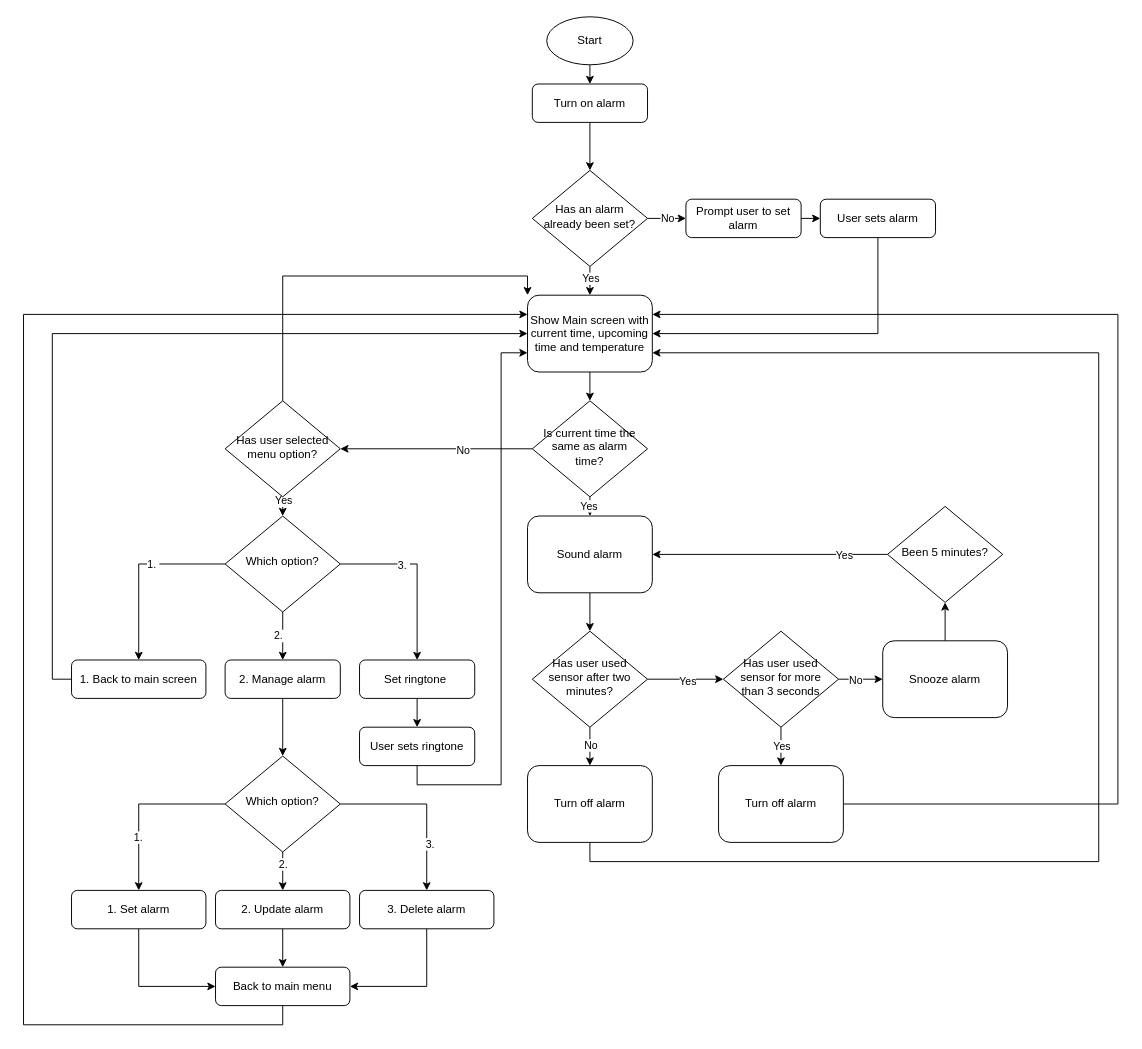
The draw.io diagram page "Flow-Chart" (1 of 2) of Alarm-Flow-Chart.drawio in Squing0/Calculator, before the edit. Source tidied: cells renumbered, new cells numbered last; positions are measured from the earlier drawing's top-left corner, leaving out a move shared by most shapes. Both pictures are drawn from the tidied source at 96%, with x=0, y=0 at pixel (23, 16).
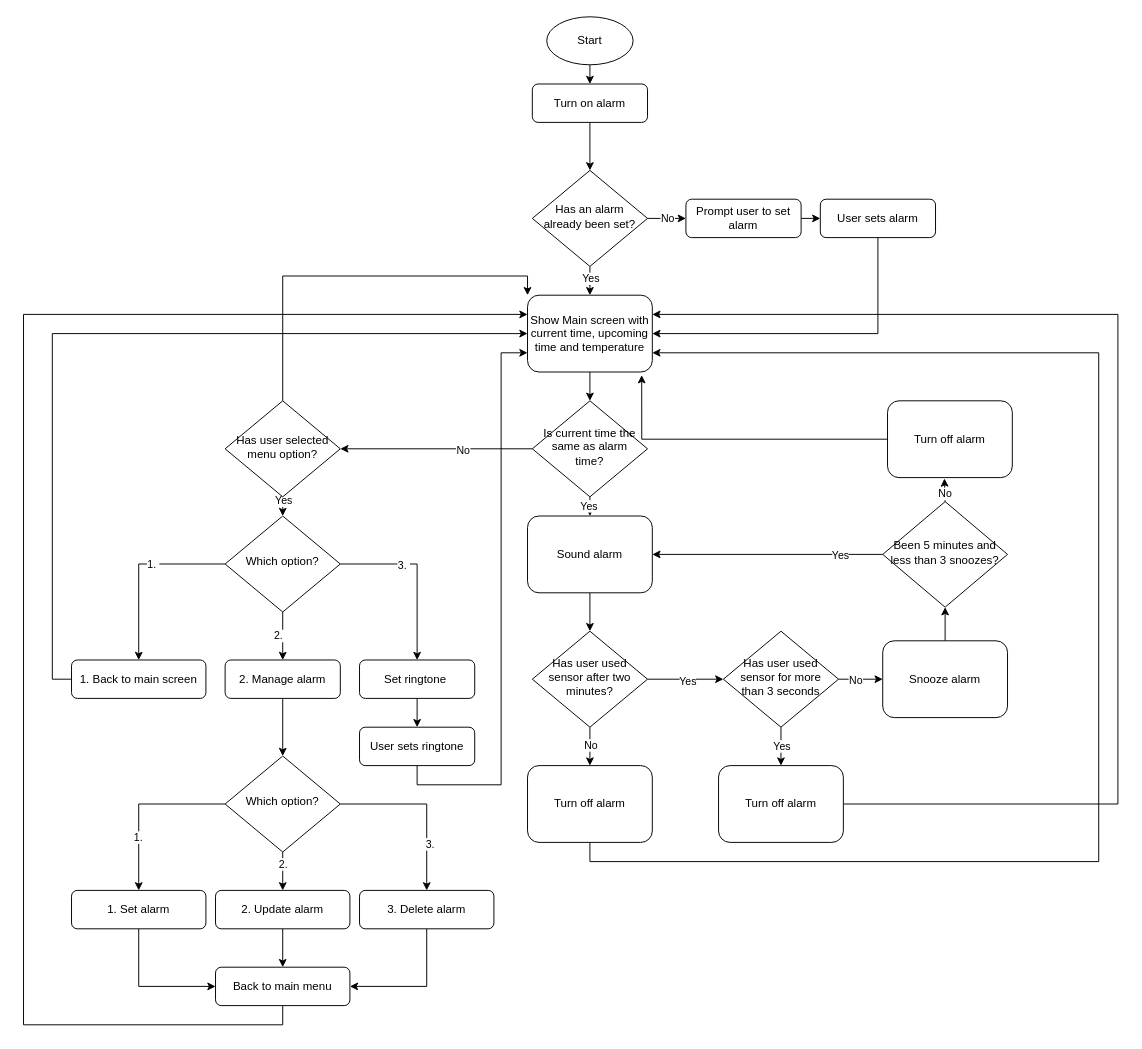
The same page after the edit.

Unchanged cells that the change refers to:
```xml
<mxCell id="16" value="Show Main screen with current time, upcoming time and temperature" style="rounded=1;whiteSpace=wrap;html=1;fontSize=12;glass=0;strokeWidth=1;shadow=0;" parent="1" vertex="1">
  <mxGeometry x="525" y="290" width="130" height="80" as="geometry" />
</mxCell>
```

The edit, as a diff of the source:
```diff
@@
-    <mxCell id="61" value="Been 5 minutes?" style="rhombus;whiteSpace=wrap;html=1;shadow=0;fontFamily=Helvetica;fontSize=12;align=center;strokeWidth=1;spacing=6;spacingTop=-4;" parent="1" vertex="1">
-      <mxGeometry x="900" y="510" width="120" height="100" as="geometry" />
+    <mxCell id="61" value="Been 5 minutes and less than 3 snoozes?" style="rhombus;whiteSpace=wrap;html=1;shadow=0;fontFamily=Helvetica;fontSize=12;align=center;strokeWidth=1;spacing=6;spacingTop=-4;" parent="1" vertex="1">
+      <mxGeometry x="895" y="505" width="130" height="110" as="geometry" />
     </mxCell>
@@
+    <mxCell id="77" value="Turn off alarm" style="rounded=1;whiteSpace=wrap;html=1;fontSize=12;glass=0;strokeWidth=1;shadow=0;" parent="1" vertex="1">
+      <mxGeometry x="900" y="400" width="130" height="80" as="geometry" />
+    </mxCell>
+    <mxCell id="78" style="edgeStyle=orthogonalEdgeStyle;rounded=0;jettySize=auto;html=1;exitX=0.5;exitY=0;exitDx=0;exitDy=0;entryX=0.456;entryY=1.012;entryDx=0;entryDy=0;entryPerimeter=0;" parent="1" edge="1" source="61" target="77">
+      <mxGeometry relative="1" as="geometry" />
+    </mxCell>
+    <mxCell id="79" value="No" style="edgeLabel;html=1;align=center;verticalAlign=middle;" parent="78" vertex="1">
+      <mxGeometry x="0.16" relative="1" as="geometry">
+        <mxPoint y="5" as="offset" />
+      </mxGeometry>
+    </mxCell>
+    <mxCell id="80" style="edgeStyle=orthogonalEdgeStyle;rounded=0;jettySize=auto;html=1;exitX=0;exitY=0.5;exitDx=0;exitDy=0;entryX=0.915;entryY=1.041;entryDx=0;entryDy=0;entryPerimeter=0;" parent="1" edge="1" source="77" target="16">
+      <mxGeometry relative="1" as="geometry" />
+    </mxCell>
```
